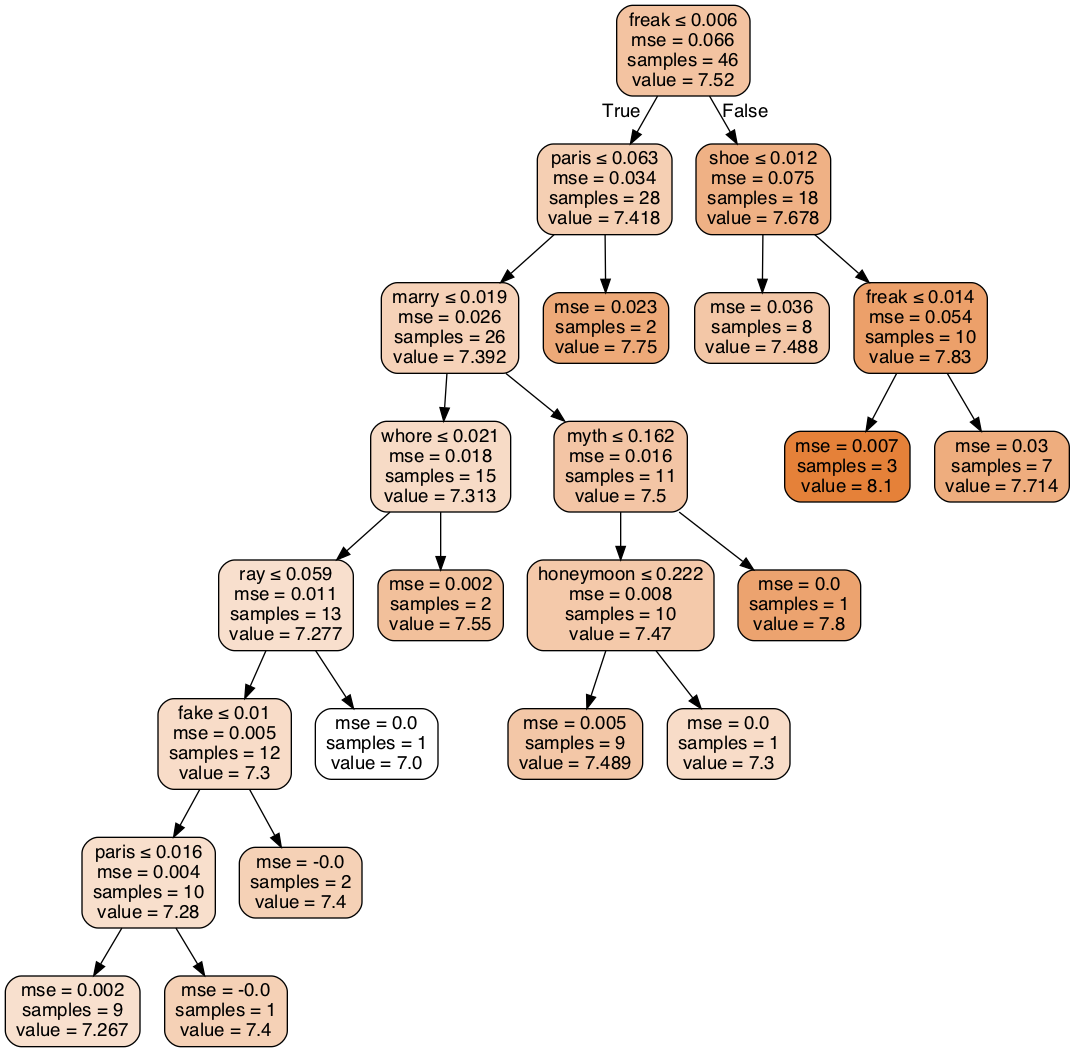
Above: Source.gv.png in ranilovi/SATC_rating_prediction (Graphviz), before the change. Its source is kept beside it as Source.gv.
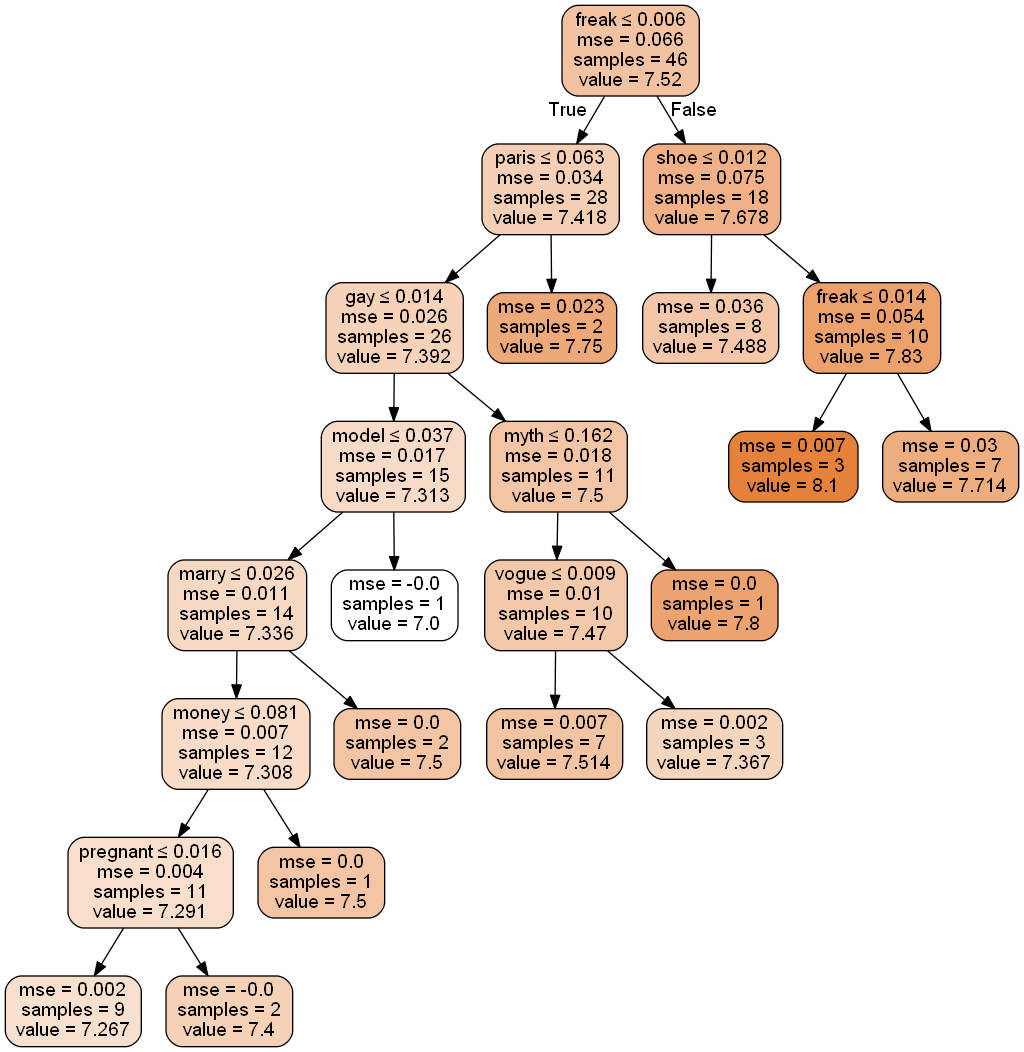
The same file after the commit.

Diff of the diagram source:
```diff
@@ -4,33 +4,33 @@
 0 [label=<freak &le; 0.006<br/>mse = 0.066<br/>samples = 46<br/>value = 7.52>, fillcolor="#e5813978"] ;
 1 [label=<paris &le; 0.063<br/>mse = 0.034<br/>samples = 28<br/>value = 7.418>, fillcolor="#e5813961"] ;
 0 -> 1 [labeldistance=2.5, labelangle=45, headlabel="True"] ;
-2 [label=<marry &le; 0.019<br/>mse = 0.026<br/>samples = 26<br/>value = 7.392>, fillcolor="#e581395b"] ;
+2 [label=<gay &le; 0.014<br/>mse = 0.026<br/>samples = 26<br/>value = 7.392>, fillcolor="#e581395b"] ;
 1 -> 2 ;
-3 [label=<whore &le; 0.021<br/>mse = 0.018<br/>samples = 15<br/>value = 7.313>, fillcolor="#e5813949"] ;
+3 [label=<model &le; 0.037<br/>mse = 0.017<br/>samples = 15<br/>value = 7.313>, fillcolor="#e5813949"] ;
 2 -> 3 ;
-4 [label=<ray &le; 0.059<br/>mse = 0.011<br/>samples = 13<br/>value = 7.277>, fillcolor="#e5813940"] ;
+4 [label=<marry &le; 0.026<br/>mse = 0.011<br/>samples = 14<br/>value = 7.336>, fillcolor="#e581394e"] ;
 3 -> 4 ;
-5 [label=<fake &le; 0.01<br/>mse = 0.005<br/>samples = 12<br/>value = 7.3>, fillcolor="#e5813946"] ;
+5 [label=<money &le; 0.081<br/>mse = 0.007<br/>samples = 12<br/>value = 7.308>, fillcolor="#e5813947"] ;
 4 -> 5 ;
-6 [label=<paris &le; 0.016<br/>mse = 0.004<br/>samples = 10<br/>value = 7.28>, fillcolor="#e5813941"] ;
+6 [label=<pregnant &le; 0.016<br/>mse = 0.004<br/>samples = 11<br/>value = 7.291>, fillcolor="#e5813943"] ;
 5 -> 6 ;
 7 [label=<mse = 0.002<br/>samples = 9<br/>value = 7.267>, fillcolor="#e581393e"] ;
 6 -> 7 ;
-8 [label=<mse = -0.0<br/>samples = 1<br/>value = 7.4>, fillcolor="#e581395d"] ;
+8 [label=<mse = -0.0<br/>samples = 2<br/>value = 7.4>, fillcolor="#e581395d"] ;
 6 -> 8 ;
-9 [label=<mse = -0.0<br/>samples = 2<br/>value = 7.4>, fillcolor="#e581395d"] ;
+9 [label=<mse = 0.0<br/>samples = 1<br/>value = 7.5>, fillcolor="#e5813974"] ;
 5 -> 9 ;
-10 [label=<mse = 0.0<br/>samples = 1<br/>value = 7.0>, fillcolor="#e5813900"] ;
+10 [label=<mse = 0.0<br/>samples = 2<br/>value = 7.5>, fillcolor="#e5813974"] ;
 4 -> 10 ;
-11 [label=<mse = 0.002<br/>samples = 2<br/>value = 7.55>, fillcolor="#e5813980"] ;
+11 [label=<mse = -0.0<br/>samples = 1<br/>value = 7.0>, fillcolor="#e5813900"] ;
 3 -> 11 ;
-12 [label=<myth &le; 0.162<br/>mse = 0.016<br/>samples = 11<br/>value = 7.5>, fillcolor="#e5813974"] ;
+12 [label=<myth &le; 0.162<br/>mse = 0.018<br/>samples = 11<br/>value = 7.5>, fillcolor="#e5813974"] ;
 2 -> 12 ;
-13 [label=<honeymoon &le; 0.222<br/>mse = 0.008<br/>samples = 10<br/>value = 7.47>, fillcolor="#e581396d"] ;
+13 [label=<vogue &le; 0.009<br/>mse = 0.01<br/>samples = 10<br/>value = 7.47>, fillcolor="#e581396d"] ;
 12 -> 13 ;
-14 [label=<mse = 0.005<br/>samples = 9<br/>value = 7.489>, fillcolor="#e5813971"] ;
+14 [label=<mse = 0.007<br/>samples = 7<br/>value = 7.514>, fillcolor="#e5813977"] ;
 13 -> 14 ;
-15 [label=<mse = 0.0<br/>samples = 1<br/>value = 7.3>, fillcolor="#e5813946"] ;
+15 [label=<mse = 0.002<br/>samples = 3<br/>value = 7.367>, fillcolor="#e5813955"] ;
 13 -> 15 ;
 16 [label=<mse = 0.0<br/>samples = 1<br/>value = 7.8>, fillcolor="#e58139b9"] ;
 12 -> 16 ;
```
